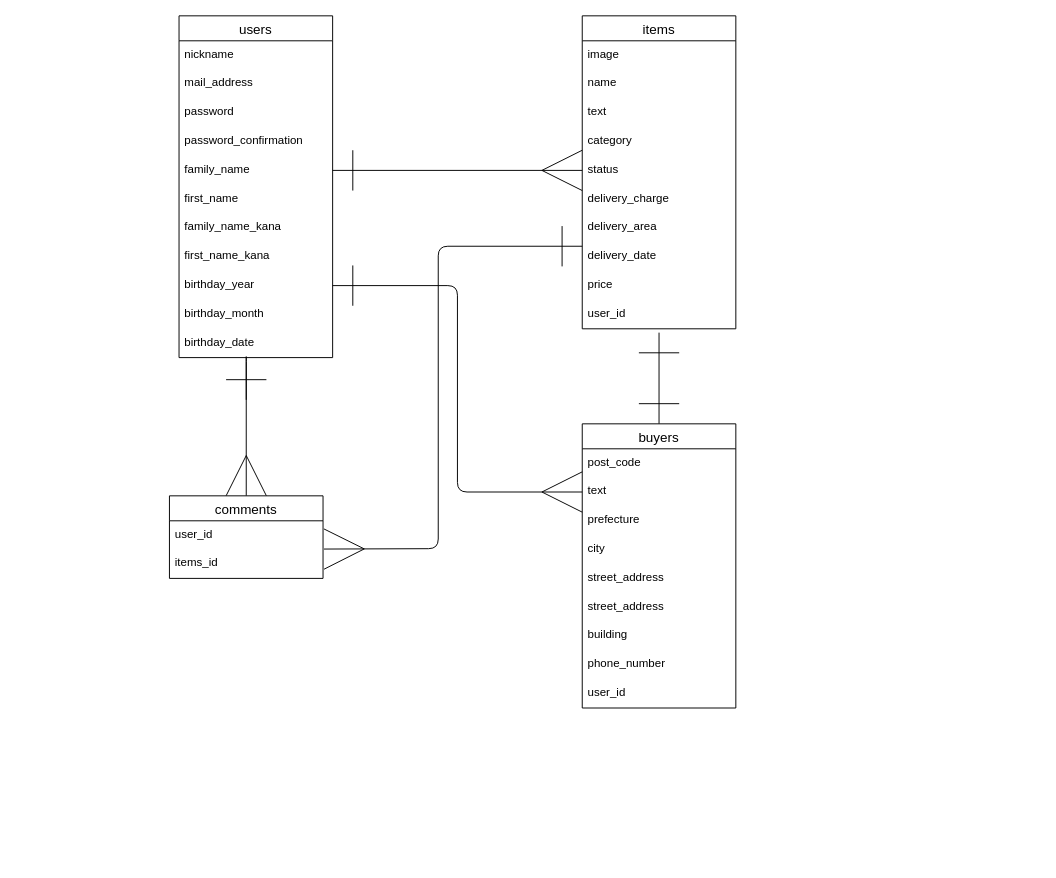
Before: test.dio in yuya-taka/furima-laiblitz-b, a draw.io diagram. Source tidied: cells renumbered, new cells numbered last; positions are measured from the earlier drawing's top-left corner, leaving out a move shared by most shapes. Both pictures are drawn from the tidied source at 96%, with x=0, y=0 at pixel (169, 15).
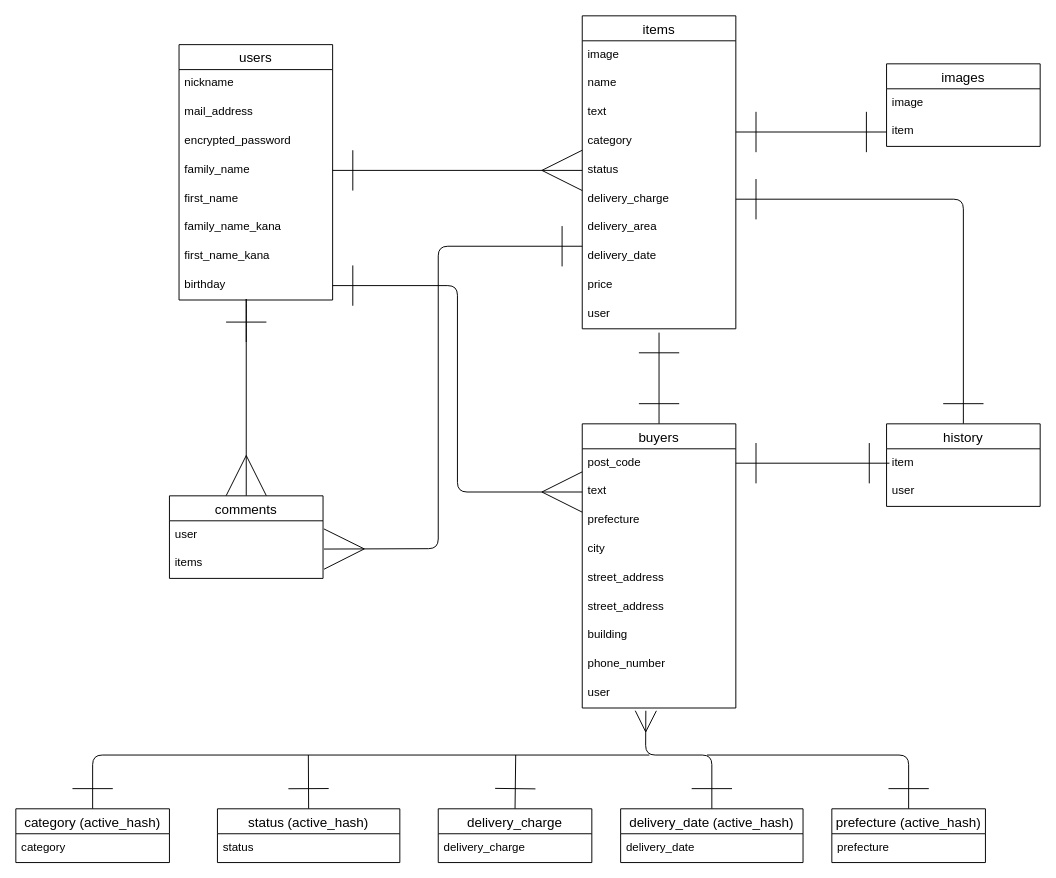
Above is the later version.

Unchanged cells that the change refers to:
```xml
<mxCell id="14" value="items" style="swimlane;fontStyle=0;horizontal=1;startSize=26;align=center;fontSize=14;" parent="1" vertex="1">
  <mxGeometry x="430" width="160" height="326" as="geometry" />
</mxCell>
<mxCell id="20" value="delivery_charge" style="text;strokeColor=none;fillColor=none;spacingLeft=4;spacingRight=4;overflow=hidden;points=[[0,0.5],[1,0.5]];portConstraint=eastwest;fontSize=12;" parent="14" vertex="1">
  <mxGeometry y="176" width="160" height="30" as="geometry" />
</mxCell>
<mxCell id="26" value="buyers" style="swimlane;fontStyle=0;horizontal=1;startSize=26;align=center;fontSize=14;" parent="1" vertex="1">
  <mxGeometry x="430" y="425" width="160" height="296" as="geometry" />
</mxCell>
<mxCell id="27" value="post_code" style="text;strokeColor=none;fillColor=none;spacingLeft=4;spacingRight=4;overflow=hidden;points=[[0,0.5],[1,0.5]];portConstraint=eastwest;fontSize=12;" parent="26" vertex="1">
  <mxGeometry y="26" width="160" height="30" as="geometry" />
</mxCell>
<mxCell id="40" value="comments" style="swimlane;fontStyle=0;horizontal=1;startSize=26;align=center;fontSize=14;" parent="1" vertex="1">
  <mxGeometry y="500" width="160" height="86" as="geometry" />
</mxCell>
```

The edit, as a diff of the source:
```diff
@@
     <mxCell id="2" value="users" style="swimlane;fontStyle=0;horizontal=1;startSize=26;align=center;fontSize=14;" parent="1" vertex="1">
-      <mxGeometry x="10" width="160" height="356" as="geometry" />
+      <mxGeometry x="10" y="30" width="160" height="266" as="geometry" />
     </mxCell>
@@
-    <mxCell id="5" value="password" style="text;strokeColor=none;fillColor=none;spacingLeft=4;spacingRight=4;overflow=hidden;fontSize=12;" parent="2" vertex="1">
+    <mxCell id="5" value="encrypted_password" style="text;strokeColor=none;fillColor=none;spacingLeft=4;spacingRight=4;overflow=hidden;fontSize=12;" parent="2" vertex="1">
       <mxGeometry y="86" width="160" height="30" as="geometry" />
     </mxCell>
-    <mxCell id="6" value="password_confirmation" style="text;strokeColor=none;fillColor=none;spacingLeft=4;spacingRight=4;overflow=hidden;fontSize=12;" parent="2" vertex="1">
-      <mxGeometry y="116" width="160" height="30" as="geometry" />
-    </mxCell>
     <mxCell id="7" value="family_name" style="text;strokeColor=none;fillColor=none;spacingLeft=4;spacingRight=4;overflow=hidden;points=[[0,0.5],[1,0.5]];portConstraint=eastwest;fontSize=12;" parent="2" vertex="1">
-      <mxGeometry y="146" width="160" height="30" as="geometry" />
+      <mxGeometry y="116" width="160" height="30" as="geometry" />
     </mxCell>
     <mxCell id="8" value="first_name" style="text;strokeColor=none;fillColor=none;spacingLeft=4;spacingRight=4;overflow=hidden;fontSize=12;" parent="2" vertex="1">
-      <mxGeometry y="176" width="160" height="30" as="geometry" />
+      <mxGeometry y="146" width="160" height="30" as="geometry" />
     </mxCell>
     <mxCell id="9" value="family_name_kana" style="text;strokeColor=none;fillColor=none;spacingLeft=4;spacingRight=4;overflow=hidden;fontSize=12;" parent="2" vertex="1">
-      <mxGeometry y="206" width="160" height="30" as="geometry" />
+      <mxGeometry y="176" width="160" height="30" as="geometry" />
     </mxCell>
     <mxCell id="10" value="first_name_kana" style="text;strokeColor=none;fillColor=none;spacingLeft=4;spacingRight=4;overflow=hidden;fontSize=12;" parent="2" vertex="1">
-      <mxGeometry y="236" width="160" height="30" as="geometry" />
+      <mxGeometry y="206" width="160" height="30" as="geometry" />
     </mxCell>
-    <mxCell id="11" value="birthday_year" style="text;strokeColor=none;fillColor=none;spacingLeft=4;spacingRight=4;overflow=hidden;points=[[0,0.5],[1,0.5]];portConstraint=eastwest;fontSize=12;" parent="2" vertex="1">
-      <mxGeometry y="266" width="160" height="30" as="geometry" />
+    <mxCell id="11" value="birthday" style="text;strokeColor=none;fillColor=none;spacingLeft=4;spacingRight=4;overflow=hidden;points=[[0,0.5],[1,0.5]];portConstraint=eastwest;fontSize=12;" parent="2" vertex="1">
+      <mxGeometry y="236" width="160" height="30" as="geometry" />
     </mxCell>
-    <mxCell id="12" value="birthday_month" style="text;strokeColor=none;fillColor=none;spacingLeft=4;spacingRight=4;overflow=hidden;fontSize=12;" parent="2" vertex="1">
-      <mxGeometry y="296" width="160" height="30" as="geometry" />
-    </mxCell>
-    <mxCell id="13" value="birthday_date" style="text;strokeColor=none;fillColor=none;spacingLeft=4;spacingRight=4;overflow=hidden;fontSize=12;" parent="2" vertex="1">
-      <mxGeometry y="326" width="160" height="30" as="geometry" />
-    </mxCell>
@@
-    <mxCell id="24" value="user_id" style="text;strokeColor=none;fillColor=none;spacingLeft=4;spacingRight=4;overflow=hidden;fontSize=12;" parent="14" vertex="1">
+    <mxCell id="24" value="user" style="text;strokeColor=none;fillColor=none;spacingLeft=4;spacingRight=4;overflow=hidden;fontSize=12;" parent="14" vertex="1">
       <mxGeometry y="296" width="160" height="30" as="geometry" />
     </mxCell>
@@
-    <mxCell id="35" value="user_id" style="text;strokeColor=none;fillColor=none;spacingLeft=4;spacingRight=4;overflow=hidden;points=[[0,0.5],[1,0.5]];portConstraint=eastwest;fontSize=12;" parent="26" vertex="1">
+    <mxCell id="35" value="user" style="text;strokeColor=none;fillColor=none;spacingLeft=4;spacingRight=4;overflow=hidden;points=[[0,0.5],[1,0.5]];portConstraint=eastwest;fontSize=12;" parent="26" vertex="1">
       <mxGeometry y="266" width="160" height="30" as="geometry" />
     </mxCell>
@@
     <mxCell id="38" style="endArrow=ERmany;html=1;entryX=0.5;entryY=0;entryDx=0;entryDy=0;endFill=0;endSize=40;startArrow=ERone;startFill=0;startSize=40;" parent="1" edge="1" target="40">
       <mxGeometry relative="1" as="geometry">
-        <mxPoint x="80" y="400" as="sourcePoint" />
+        <mxPoint x="80" y="340" as="sourcePoint" />
         <Array as="points">
-          <mxPoint x="80" y="350" />
+          <mxPoint x="80" y="290" />
+          <mxPoint x="80" y="310" />
+          <mxPoint x="80" y="330" />
         </Array>
       </mxGeometry>
     </mxCell>
@@
-    <mxCell id="41" value="user_id" style="text;strokeColor=none;fillColor=none;spacingLeft=4;spacingRight=4;overflow=hidden;points=[[0,0.5],[1,0.5]];portConstraint=eastwest;fontSize=12;" parent="40" vertex="1">
+    <mxCell id="41" value="user" style="text;strokeColor=none;fillColor=none;spacingLeft=4;spacingRight=4;overflow=hidden;points=[[0,0.5],[1,0.5]];portConstraint=eastwest;fontSize=12;" parent="40" vertex="1">
       <mxGeometry y="26" width="160" height="30" as="geometry" />
     </mxCell>
-    <mxCell id="42" value="items_id" style="text;strokeColor=none;fillColor=none;spacingLeft=4;spacingRight=4;overflow=hidden;fontSize=12;" parent="40" vertex="1">
+    <mxCell id="42" value="items" style="text;strokeColor=none;fillColor=none;spacingLeft=4;spacingRight=4;overflow=hidden;fontSize=12;" parent="40" vertex="1">
       <mxGeometry y="56" width="160" height="30" as="geometry" />
     </mxCell>
+    <mxCell id="43" style="edgeStyle=none;html=1;exitX=0.5;exitY=0;exitDx=0;exitDy=0;strokeWidth=1;startArrow=ERone;startFill=0;endArrow=none;endFill=0;startSize=40;endSize=40;" parent="1" edge="1" source="44">
+      <mxGeometry relative="1" as="geometry">
+        <mxPoint x="560" y="770" as="targetPoint" />
+        <Array as="points">
+          <mxPoint x="770" y="770" />
+        </Array>
+      </mxGeometry>
+    </mxCell>
+    <mxCell id="44" value="prefecture (active_hash)" style="swimlane;fontStyle=0;horizontal=1;startSize=26;align=center;fontSize=14;" parent="1" vertex="1">
+      <mxGeometry x="690" y="826" width="160" height="56" as="geometry" />
+    </mxCell>
+    <mxCell id="45" value="prefecture" style="text;strokeColor=none;fillColor=none;spacingLeft=4;spacingRight=4;overflow=hidden;fontSize=12;" parent="44" vertex="1">
+      <mxGeometry y="26" width="160" height="30" as="geometry" />
+    </mxCell>
+    <mxCell id="46" style="edgeStyle=none;html=1;exitX=0.5;exitY=0;exitDx=0;exitDy=0;strokeWidth=1;startArrow=ERone;startFill=0;endArrow=none;endFill=0;startSize=40;endSize=40;" parent="1" edge="1" source="47">
+      <mxGeometry relative="1" as="geometry">
+        <mxPoint x="360.7" y="770" as="targetPoint" />
+      </mxGeometry>
+    </mxCell>
+    <mxCell id="47" value="delivery_charge" style="swimlane;fontStyle=0;horizontal=1;startSize=26;align=center;fontSize=14;" parent="1" vertex="1">
+      <mxGeometry x="280" y="826" width="160" height="56" as="geometry" />
+    </mxCell>
+    <mxCell id="48" value="delivery_charge" style="text;strokeColor=none;fillColor=none;spacingLeft=4;spacingRight=4;overflow=hidden;fontSize=12;" parent="47" vertex="1">
+      <mxGeometry y="26" width="160" height="30" as="geometry" />
+    </mxCell>
+    <mxCell id="49" style="edgeStyle=none;html=1;exitX=0.5;exitY=0;exitDx=0;exitDy=0;strokeWidth=1;startArrow=ERone;startFill=0;endArrow=none;endFill=0;startSize=40;endSize=40;" parent="1" edge="1" source="50">
+      <mxGeometry relative="1" as="geometry">
+        <mxPoint x="500" y="770" as="targetPoint" />
+        <Array as="points">
+          <mxPoint x="-80" y="770" />
+        </Array>
+      </mxGeometry>
+    </mxCell>
+    <mxCell id="50" value="category (active_hash)" style="swimlane;fontStyle=0;horizontal=1;startSize=26;align=center;fontSize=14;" parent="1" vertex="1">
+      <mxGeometry x="-160" y="826" width="160" height="56" as="geometry" />
+    </mxCell>
+    <mxCell id="51" value="category" style="text;strokeColor=none;fillColor=none;spacingLeft=4;spacingRight=4;overflow=hidden;fontSize=12;" parent="50" vertex="1">
+      <mxGeometry y="26" width="160" height="30" as="geometry" />
+    </mxCell>
+    <mxCell id="52" style="edgeStyle=none;html=1;exitX=0.5;exitY=0;exitDx=0;exitDy=0;strokeWidth=1;startArrow=ERone;startFill=0;endArrow=ERmany;endFill=0;startSize=40;endSize=20;entryX=0.414;entryY=1.096;entryDx=0;entryDy=0;entryPerimeter=0;" parent="1" edge="1" source="53" target="35">
+      <mxGeometry relative="1" as="geometry">
+        <Array as="points">
+          <mxPoint x="565" y="770" />
+          <mxPoint x="496" y="770" />
+        </Array>
+      </mxGeometry>
+    </mxCell>
+    <mxCell id="53" value="delivery_date (active_hash)" style="swimlane;fontStyle=0;horizontal=1;startSize=26;align=center;fontSize=14;" parent="1" vertex="1">
+      <mxGeometry x="470" y="826" width="190" height="56" as="geometry" />
+    </mxCell>
+    <mxCell id="54" value="delivery_date" style="text;strokeColor=none;fillColor=none;spacingLeft=4;spacingRight=4;overflow=hidden;fontSize=12;" parent="53" vertex="1">
+      <mxGeometry y="26" width="190" height="30" as="geometry" />
+    </mxCell>
+    <mxCell id="55" style="edgeStyle=none;html=1;exitX=0.5;exitY=0;exitDx=0;exitDy=0;strokeWidth=1;startArrow=ERone;startFill=0;endArrow=none;endFill=0;startSize=40;endSize=40;" parent="1" edge="1" source="56">
+      <mxGeometry relative="1" as="geometry">
+        <mxPoint x="144.7" y="770" as="targetPoint" />
+      </mxGeometry>
+    </mxCell>
+    <mxCell id="56" value="status (active_hash)" style="swimlane;fontStyle=0;horizontal=1;startSize=26;align=center;fontSize=14;" parent="1" vertex="1">
+      <mxGeometry x="50" y="826" width="190" height="56" as="geometry" />
+    </mxCell>
+    <mxCell id="57" value="status" style="text;strokeColor=none;fillColor=none;spacingLeft=4;spacingRight=4;overflow=hidden;fontSize=12;" parent="56" vertex="1">
+      <mxGeometry y="26" width="190" height="30" as="geometry" />
+    </mxCell>
+    <mxCell id="58" style="edgeStyle=none;html=1;exitX=0.5;exitY=0;exitDx=0;exitDy=0;entryX=1;entryY=0.5;entryDx=0;entryDy=0;strokeWidth=1;startArrow=ERone;startFill=0;endArrow=ERone;endFill=0;startSize=40;endSize=40;" parent="1" edge="1" source="59" target="20">
+      <mxGeometry relative="1" as="geometry">
+        <Array as="points">
+          <mxPoint x="827" y="191" />
+        </Array>
+      </mxGeometry>
+    </mxCell>
+    <mxCell id="59" value="history" style="swimlane;fontStyle=0;horizontal=1;startSize=26;align=center;fontSize=14;" parent="1" vertex="1">
+      <mxGeometry x="747" y="425" width="160" height="86" as="geometry" />
+    </mxCell>
+    <mxCell id="60" value="item" style="text;strokeColor=none;fillColor=none;spacingLeft=4;spacingRight=4;overflow=hidden;fontSize=12;" parent="59" vertex="1">
+      <mxGeometry y="26" width="160" height="30" as="geometry" />
+    </mxCell>
+    <mxCell id="61" value="user" style="text;strokeColor=none;fillColor=none;spacingLeft=4;spacingRight=4;overflow=hidden;fontSize=12;" parent="59" vertex="1">
+      <mxGeometry y="56" width="160" height="30" as="geometry" />
+    </mxCell>
+    <mxCell id="62" value="images" style="swimlane;fontStyle=0;horizontal=1;startSize=26;align=center;fontSize=14;" parent="1" vertex="1">
+      <mxGeometry x="747" y="50" width="160" height="86" as="geometry" />
+    </mxCell>
+    <mxCell id="63" value="image" style="text;strokeColor=none;fillColor=none;spacingLeft=4;spacingRight=4;overflow=hidden;fontSize=12;" parent="62" vertex="1">
+      <mxGeometry y="26" width="160" height="30" as="geometry" />
+    </mxCell>
+    <mxCell id="64" value="item" style="text;strokeColor=none;fillColor=none;spacingLeft=4;spacingRight=4;overflow=hidden;points=[[0,0.5],[1,0.5]];portConstraint=eastwest;fontSize=12;" parent="62" vertex="1">
+      <mxGeometry y="56" width="160" height="30" as="geometry" />
+    </mxCell>
+    <mxCell id="65" style="edgeStyle=none;html=1;strokeWidth=1;startArrow=ERone;startFill=0;endArrow=ERone;endFill=0;startSize=40;endSize=40;exitX=0;exitY=0.5;exitDx=0;exitDy=0;" parent="1" edge="1" source="64">
+      <mxGeometry relative="1" as="geometry">
+        <mxPoint x="590" y="121" as="targetPoint" />
+      </mxGeometry>
+    </mxCell>
+    <mxCell id="66" style="edgeStyle=none;html=1;entryX=1;entryY=0.5;entryDx=0;entryDy=0;strokeWidth=1;startArrow=ERone;startFill=0;endArrow=ERone;endFill=0;startSize=40;endSize=40;" parent="1" edge="1" target="27">
+      <mxGeometry relative="1" as="geometry">
+        <mxPoint x="750" y="466" as="sourcePoint" />
+      </mxGeometry>
+    </mxCell>
```
